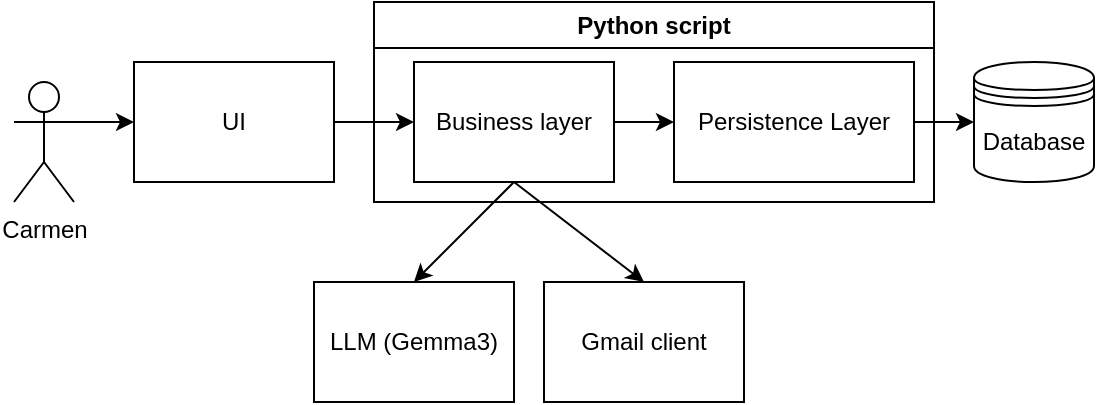
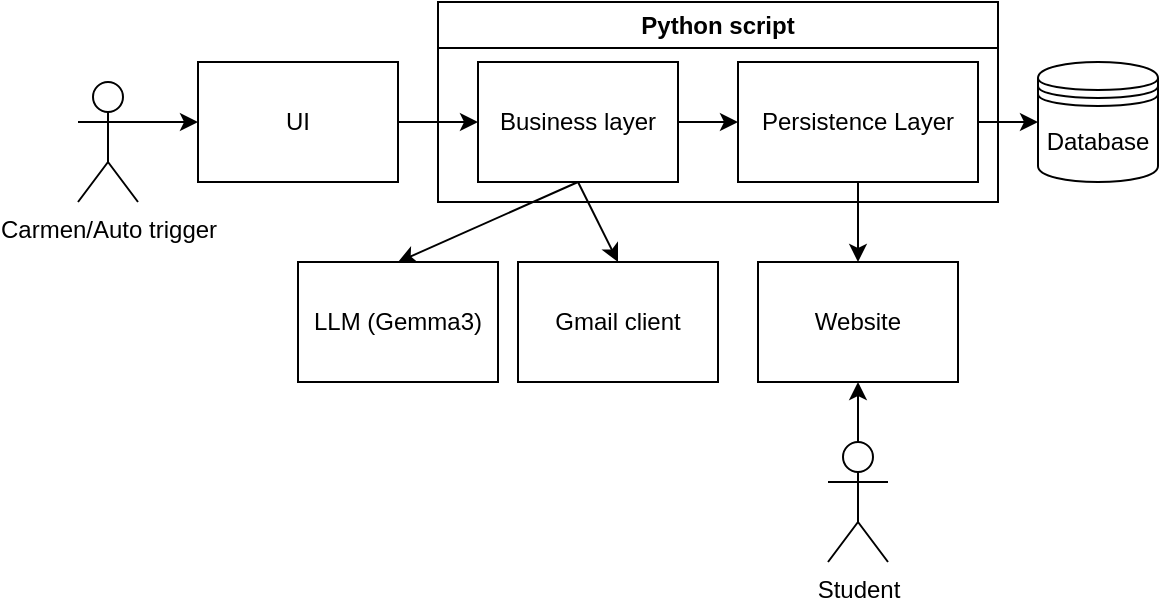
<mxfile host="65bd71144e">
    <diagram id="FsWGDDxWJfLhRA2eTXPo" name="Page-1">
-         <mxGraphModel dx="347" dy="331" grid="1" gridSize="10" guides="1" tooltips="1" connect="1" arrows="1" fold="1" page="1" pageScale="1" pageWidth="850" pageHeight="1100" math="0" shadow="0">
+         <mxGraphModel dx="768" dy="346" grid="1" gridSize="10" guides="1" tooltips="1" connect="1" arrows="1" fold="1" page="1" pageScale="1" pageWidth="850" pageHeight="1100" math="0" shadow="0">
            <root>
                <mxCell id="0"/>
                <mxCell id="1" parent="0"/>
                <mxCell id="3" value="Database" style="shape=datastore;whiteSpace=wrap;html=1;" parent="1" vertex="1">
                    <mxGeometry x="540" y="280" width="60" height="60" as="geometry"/>
                </mxCell>
                <mxCell id="23" style="edgeStyle=none;html=1;exitX=1;exitY=0.5;exitDx=0;exitDy=0;entryX=0;entryY=0.5;entryDx=0;entryDy=0;" parent="1" source="4" target="3" edge="1">
+                     <mxGeometry relative="1" as="geometry"/>
+                 </mxCell>
+                 <mxCell id="46" style="edgeStyle=none;html=1;exitX=0.5;exitY=1;exitDx=0;exitDy=0;entryX=0.5;entryY=0;entryDx=0;entryDy=0;" edge="1" parent="1" source="4" target="45">
                    <mxGeometry relative="1" as="geometry"/>
                </mxCell>
                <mxCell id="4" value="Persistence Layer" style="rounded=0;whiteSpace=wrap;html=1;" parent="1" vertex="1">
                    <mxGeometry x="390" y="280" width="120" height="60" as="geometry"/>
                </mxCell>
                <mxCell id="37" style="edgeStyle=none;html=1;exitX=1;exitY=0.5;exitDx=0;exitDy=0;entryX=0;entryY=0.5;entryDx=0;entryDy=0;" parent="1" source="19" target="36" edge="1">
                    <mxGeometry relative="1" as="geometry">
                        <mxPoint x="220" y="310" as="sourcePoint"/>
                    </mxGeometry>
                </mxCell>
                <mxCell id="19" value="UI" style="rounded=0;whiteSpace=wrap;html=1;" parent="1" vertex="1">
                    <mxGeometry x="120" y="280" width="100" height="60" as="geometry"/>
                </mxCell>
                <mxCell id="29" style="edgeStyle=none;html=1;entryX=0;entryY=0.5;entryDx=0;entryDy=0;exitX=1;exitY=0.3333333333333333;exitDx=0;exitDy=0;exitPerimeter=0;" parent="1" source="28" target="19" edge="1">
                    <mxGeometry relative="1" as="geometry">
                        <mxPoint x="60" y="345" as="sourcePoint"/>
                    </mxGeometry>
                </mxCell>
-                 <mxCell id="28" value="Carmen" style="shape=umlActor;verticalLabelPosition=bottom;verticalAlign=top;html=1;outlineConnect=0;" parent="1" vertex="1">
+                 <mxCell id="28" value="Carmen/Auto trigger" style="shape=umlActor;verticalLabelPosition=bottom;verticalAlign=top;html=1;outlineConnect=0;" parent="1" vertex="1">
                    <mxGeometry x="60" y="290" width="30" height="60" as="geometry"/>
                </mxCell>
                <mxCell id="38" style="edgeStyle=none;html=1;exitX=1;exitY=0.5;exitDx=0;exitDy=0;entryX=0;entryY=0.5;entryDx=0;entryDy=0;" parent="1" source="36" target="4" edge="1">
                    <mxGeometry relative="1" as="geometry"/>
                </mxCell>
                <mxCell id="41" style="edgeStyle=none;html=1;exitX=0.5;exitY=1;exitDx=0;exitDy=0;entryX=0.5;entryY=0;entryDx=0;entryDy=0;" parent="1" source="36" target="39" edge="1">
                    <mxGeometry relative="1" as="geometry"/>
                </mxCell>
-                 <mxCell id="43" style="edgeStyle=none;html=1;exitX=0.5;exitY=1;exitDx=0;exitDy=0;entryX=0.5;entryY=0;entryDx=0;entryDy=0;" edge="1" parent="1" source="36" target="42">
+                 <mxCell id="43" style="edgeStyle=none;html=1;exitX=0.5;exitY=1;exitDx=0;exitDy=0;entryX=0.5;entryY=0;entryDx=0;entryDy=0;" parent="1" source="36" target="42" edge="1">
                    <mxGeometry relative="1" as="geometry"/>
                </mxCell>
                <mxCell id="36" value="Business layer" style="rounded=0;whiteSpace=wrap;html=1;" parent="1" vertex="1">
                    <mxGeometry x="260" y="280" width="100" height="60" as="geometry"/>
                </mxCell>
                <mxCell id="39" value="LLM (Gemma3)" style="rounded=0;whiteSpace=wrap;html=1;" parent="1" vertex="1">
-                     <mxGeometry x="210" y="390" width="100" height="60" as="geometry"/>
+                     <mxGeometry x="170" y="380" width="100" height="60" as="geometry"/>
                </mxCell>
-                 <mxCell id="42" value="Gmail client" style="rounded=0;whiteSpace=wrap;html=1;" vertex="1" parent="1">
-                     <mxGeometry x="325" y="390" width="100" height="60" as="geometry"/>
+                 <mxCell id="42" value="Gmail client" style="rounded=0;whiteSpace=wrap;html=1;" parent="1" vertex="1">
+                     <mxGeometry x="280" y="380" width="100" height="60" as="geometry"/>
                </mxCell>
-                 <mxCell id="44" value="Python script" style="swimlane;whiteSpace=wrap;html=1;" vertex="1" parent="1">
+                 <mxCell id="44" value="Python script" style="swimlane;whiteSpace=wrap;html=1;" parent="1" vertex="1">
                    <mxGeometry x="240" y="250" width="280" height="100" as="geometry"/>
+                 </mxCell>
+                 <mxCell id="45" value="Website" style="rounded=0;whiteSpace=wrap;html=1;" vertex="1" parent="1">
+                     <mxGeometry x="400" y="380" width="100" height="60" as="geometry"/>
+                 </mxCell>
+                 <mxCell id="50" style="edgeStyle=none;html=1;exitX=0.5;exitY=0;exitDx=0;exitDy=0;exitPerimeter=0;entryX=0.5;entryY=1;entryDx=0;entryDy=0;" edge="1" parent="1" source="49" target="45">
+                     <mxGeometry relative="1" as="geometry"/>
+                 </mxCell>
+                 <mxCell id="49" value="Student" style="shape=umlActor;verticalLabelPosition=bottom;verticalAlign=top;html=1;outlineConnect=0;" vertex="1" parent="1">
+                     <mxGeometry x="435" y="470" width="30" height="60" as="geometry"/>
                </mxCell>
            </root>
        </mxGraphModel>
    </diagram>
</mxfile>